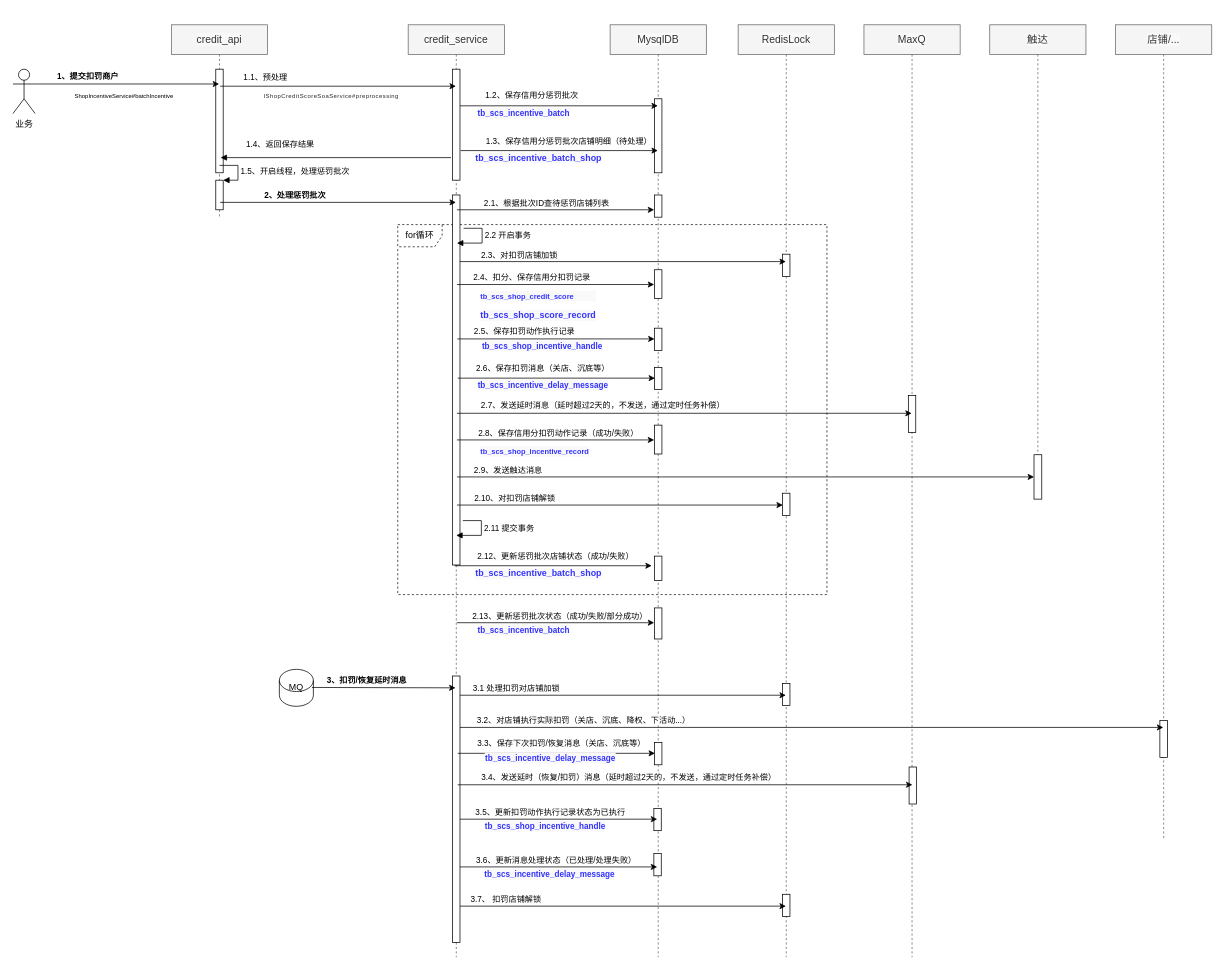
jon-kong/draw.io keeps this draw.io diagram as page "信用分批量扣罚流程" (4 of 7) of 信用分架构.drawio. Above is the earlier version. Source tidied: cells renumbered, new cells numbered last; positions are measured from the earlier drawing's top-left corner, leaving out a move shared by most shapes. Both pictures are drawn from the tidied source at 74%, with x=0, y=0 at pixel (13, 24).
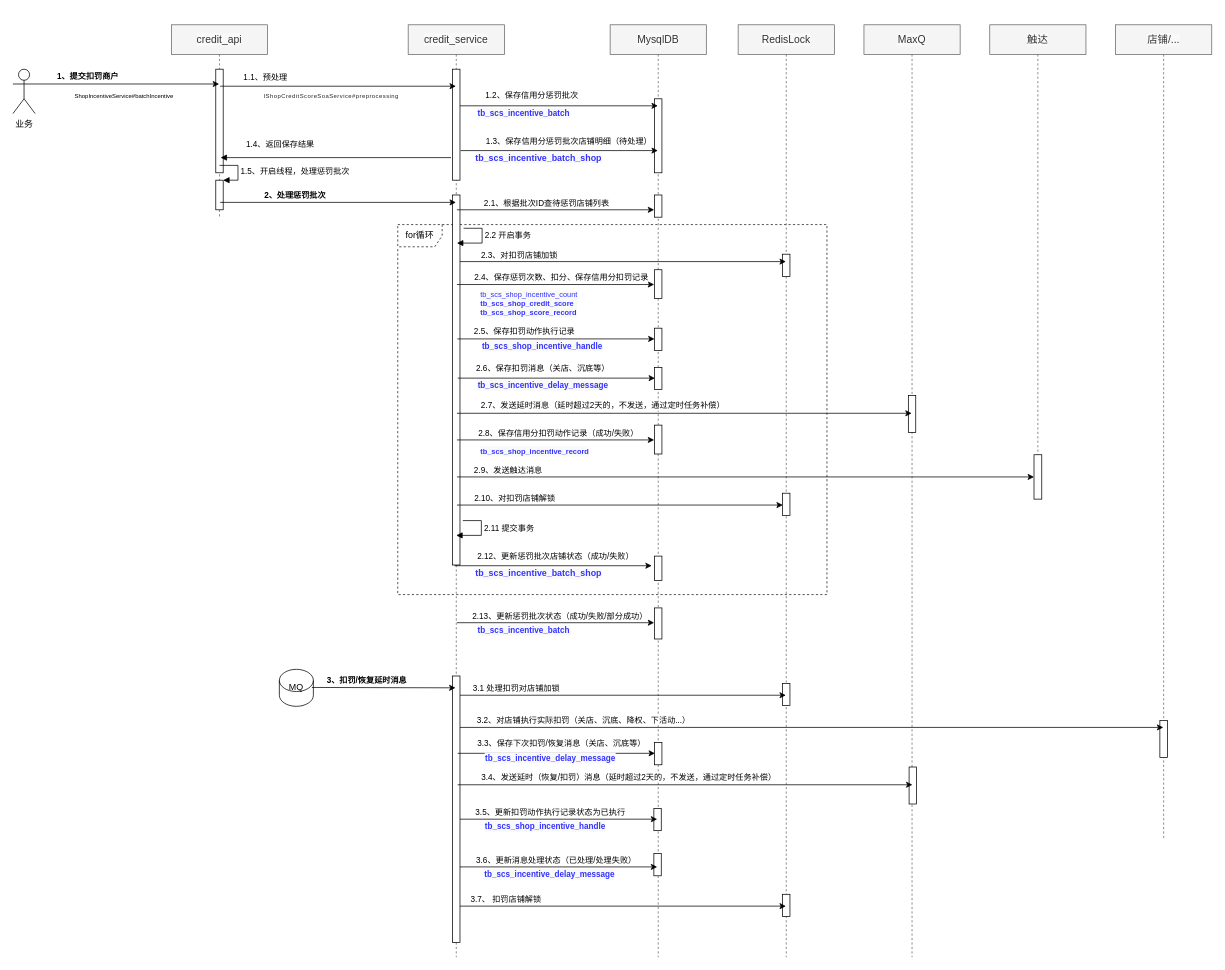
After the change.

The change refers to these unchanged cells:
```xml
<mxCell id="48" style="rounded=0;orthogonalLoop=1;jettySize=auto;html=1;exitX=0.59;exitY=0.25;exitDx=0;exitDy=0;exitPerimeter=0;" parent="1" edge="1">
  <mxGeometry relative="1" as="geometry">
    <mxPoint x="600" y="351" as="sourcePoint" />
    <mxPoint x="866.5" y="351" as="targetPoint" />
  </mxGeometry>
</mxCell>
```

Change to the diagram source:
```diff
@@
-    <mxCell id="47" value="&lt;pre style=&quot;background-color: rgb(249 , 249 , 249) ; font-family: &amp;#34;fira code retina&amp;#34;&quot;&gt;&lt;span style=&quot;line-height: 100%&quot;&gt;&lt;font style=&quot;line-height: 100% ; font-size: 10px&quot; color=&quot;#3333ff&quot;&gt;&lt;b&gt;tb_scs_shop_credit_score&lt;/b&gt;&lt;/font&gt;&lt;/span&gt;&lt;/pre&gt;&lt;pre style=&quot;background-color: rgb(249 , 249 , 249) ; font-family: &amp;#34;fira code retina&amp;#34;&quot;&gt;&lt;font color=&quot;#3333ff&quot;&gt;&lt;b&gt;tb_scs_shop_score_record&lt;/b&gt;&lt;/font&gt;&lt;/pre&gt;" style="text;whiteSpace=wrap;html=1;opacity=90;" parent="1" vertex="1">
+    <mxCell id="47" value="&lt;pre style=&quot;background-color: rgb(249 , 249 , 249) ; font-family: &amp;#34;fira code retina&amp;#34;&quot;&gt;&lt;pre style=&quot;font-family: &amp;#34;fira code retina&amp;#34; ; font-size: 10px&quot;&gt;&lt;span style=&quot;line-height: 10.9091px&quot;&gt;&lt;font color=&quot;#3333ff&quot; style=&quot;line-height: 10.9091px&quot;&gt;tb_scs_shop_incentive_count&lt;br&gt;&lt;/font&gt;&lt;/span&gt;&lt;b style=&quot;color: rgb(51 , 51 , 255)&quot;&gt;tb_scs_shop_credit_score&lt;br&gt;&lt;/b&gt;&lt;b style=&quot;color: rgb(51 , 51 , 255)&quot;&gt;tb_scs_shop_score_record&lt;/b&gt;&lt;/pre&gt;&lt;/pre&gt;" style="text;whiteSpace=wrap;html=1;opacity=90;" parent="1" vertex="1">
       <mxGeometry x="630" y="341" width="200" height="39" as="geometry" />
     </mxCell>
@@
-    <mxCell id="49" value="2.4、扣分、保存信用分扣罚记录" style="edgeLabel;html=1;align=center;verticalAlign=middle;" parent="48" vertex="1">
+    <mxCell id="49" value="2.4、保存惩罚次数、扣分、保存信用分扣罚记录" style="edgeLabel;html=1;align=center;verticalAlign=middle;" parent="48" vertex="1">
       <mxGeometry x="-0.01" y="-14" relative="1" as="geometry">
-        <mxPoint x="-32" y="-24" as="offset" />
+        <mxPoint x="8" y="-24" as="offset" />
       </mxGeometry>
     </mxCell>
```
